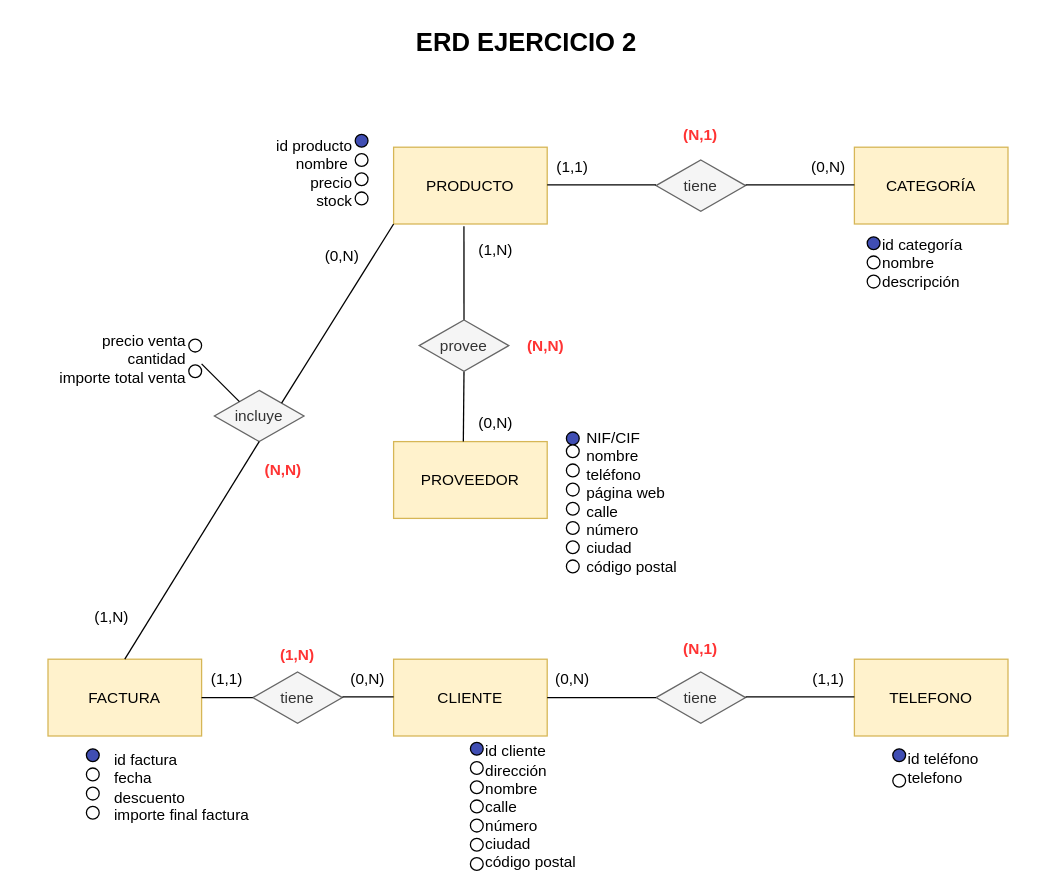
Above: Creación ERD/ERD ejercicio2.drawio in mocihu-source/CIFO-laVioleta-SQL-BBDD (draw.io), before the change. Source tidied: cells renumbered, new cells numbered last; positions are measured from the earlier drawing's top-left corner, leaving out a move shared by most shapes. Both pictures are drawn from the tidied source at 128%, with x=0, y=0 at pixel (22, 22).
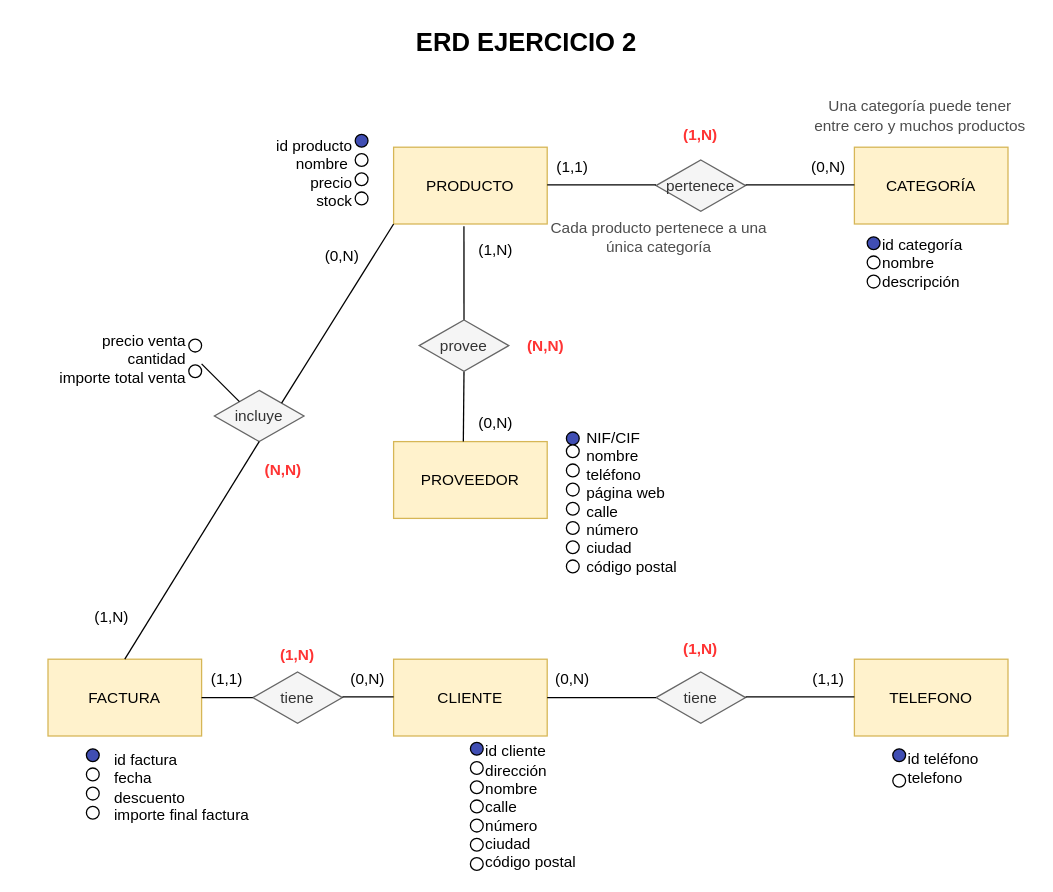
The same diagram, later.

Change to the diagram source:
```diff
@@
-    <mxCell id="5" value="tiene" style="rhombus;whiteSpace=wrap;html=1;shapeInside=1;fillColor=#f5f5f5;fontColor=#333333;strokeColor=#666666;" parent="1" vertex="1">
+    <mxCell id="5" value="pertenece" style="rhombus;whiteSpace=wrap;html=1;shapeInside=1;fillColor=#f5f5f5;fontColor=#333333;strokeColor=#666666;" parent="1" vertex="1">
       <mxGeometry x="495" y="107.5" width="70" height="40" as="geometry" />
     </mxCell>
@@
-    <mxCell id="65" value="&lt;b&gt;(N,1)&lt;/b&gt;" style="text;html=1;whiteSpace=wrap;strokeColor=none;fillColor=none;align=center;verticalAlign=middle;rounded=0;fontColor=#FF3333;" parent="1" vertex="1">
+    <mxCell id="65" value="&lt;b&gt;(1,N)&lt;/b&gt;" style="text;html=1;whiteSpace=wrap;strokeColor=none;fillColor=none;align=center;verticalAlign=middle;rounded=0;fontColor=#FF3333;" parent="1" vertex="1">
       <mxGeometry x="500" y="72.5" width="60" height="30" as="geometry" />
     </mxCell>
@@
-    <mxCell id="77" value="&lt;b&gt;(N,1)&lt;/b&gt;" style="text;html=1;whiteSpace=wrap;strokeColor=none;fillColor=none;align=center;verticalAlign=middle;rounded=0;fontColor=#FF3333;" parent="1" vertex="1">
+    <mxCell id="77" value="&lt;b&gt;(1,N)&lt;/b&gt;" style="text;html=1;whiteSpace=wrap;strokeColor=none;fillColor=none;align=center;verticalAlign=middle;rounded=0;fontColor=#FF3333;" parent="1" vertex="1">
       <mxGeometry x="500" y="475" width="60" height="30" as="geometry" />
     </mxCell>
+    <mxCell id="78" value="&lt;div style=&quot;&quot;&gt;&lt;span style=&quot;background-color: transparent;&quot;&gt;Una categoría puede tener entre cero y muchos productos&lt;/span&gt;&lt;/div&gt;" style="text;html=1;whiteSpace=wrap;strokeColor=none;fillColor=none;align=center;verticalAlign=middle;rounded=0;fontColor=light-dark(#4D4D4D,var(--ge-light-color, #ffffff));" parent="1" vertex="1">
+      <mxGeometry x="614" y="57.5" width="175" height="30" as="geometry" />
+    </mxCell>
+    <mxCell id="79" value="&lt;div style=&quot;&quot;&gt;Cada producto pertenece a una única categoría&lt;/div&gt;" style="text;html=1;whiteSpace=wrap;strokeColor=none;fillColor=none;align=center;verticalAlign=middle;rounded=0;fontColor=light-dark(#4D4D4D,var(--ge-light-color, #ffffff));" parent="1" vertex="1">
+      <mxGeometry x="410" y="152.5" width="175" height="30" as="geometry" />
+    </mxCell>
```
